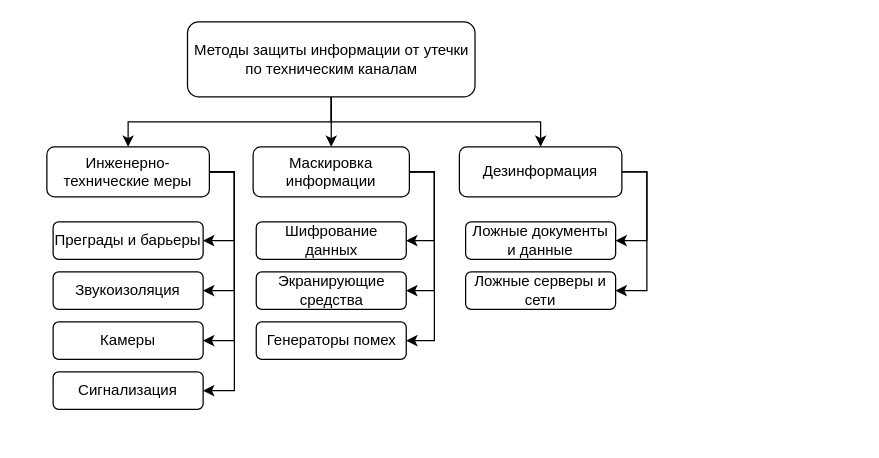
The draw.io diagram Architecture Diagram.drawio in Gycer10/Project-VPN, before the edit. Source tidied: cells renumbered, new cells numbered last; positions are measured from the earlier drawing's top-left corner, leaving out a move shared by most shapes. Both pictures are drawn from the tidied source at 125%, with x=0, y=0 at pixel (46, 21).
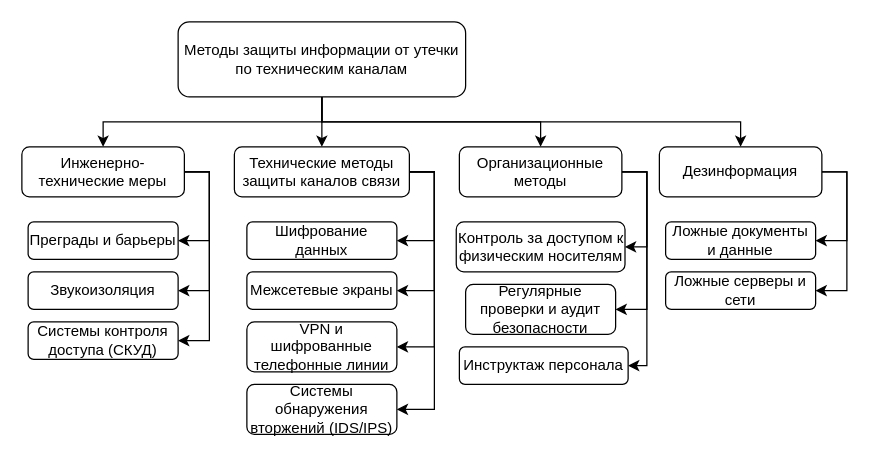
After the change.

What changed in the source:
```diff
@@
-    <mxCell id="3" style="edgeStyle=orthogonalEdgeStyle;rounded=0;jettySize=auto;html=1;entryX=0.5;entryY=0;entryDx=0;entryDy=0;" parent="1" edge="1" source="5" target="10">
+    <mxCell id="3" style="edgeStyle=orthogonalEdgeStyle;rounded=0;jettySize=auto;html=1;entryX=0.5;entryY=0;entryDx=0;entryDy=0;exitX=0.5;exitY=1;exitDx=0;exitDy=0;" parent="1" edge="1" source="5" target="10">
       <mxGeometry relative="1" as="geometry" />
     </mxCell>
-    <mxCell id="4" style="edgeStyle=orthogonalEdgeStyle;rounded=0;jettySize=auto;html=1;" parent="1" edge="1" source="5" target="17">
+    <mxCell id="4" style="edgeStyle=orthogonalEdgeStyle;rounded=0;jettySize=auto;html=1;exitX=0.5;exitY=1;exitDx=0;exitDy=0;" parent="1" edge="1" source="5" target="17">
       <mxGeometry relative="1" as="geometry" />
     </mxCell>
+    <mxCell id="27" style="edgeStyle=orthogonalEdgeStyle;rounded=0;jettySize=auto;html=1;" parent="1" edge="1" source="5" target="33">
+      <mxGeometry relative="1" as="geometry" />
+    </mxCell>
     <mxCell id="5" value="Методы защиты информации от утечки по техническим каналам" style="rounded=1;whiteSpace=wrap;html=1;" parent="1" vertex="1">
-      <mxGeometry x="112.5" width="230" height="60" as="geometry" />
+      <mxGeometry x="105" width="230" height="60" as="geometry" />
     </mxCell>
-    <mxCell id="6" style="edgeStyle=orthogonalEdgeStyle;rounded=0;jettySize=auto;html=1;entryX=1;entryY=0.5;entryDx=0;entryDy=0;exitX=1;exitY=0.5;exitDx=0;exitDy=0;" parent="1" edge="1" source="10" target="21">
-      <mxGeometry relative="1" as="geometry" />
-    </mxCell>
@@
     <mxCell id="10" value="Инженерно-технические меры" style="rounded=1;whiteSpace=wrap;html=1;" parent="1" vertex="1">
-      <mxGeometry y="100" width="130" height="40" as="geometry" />
+      <mxGeometry x="-20" y="100" width="130" height="40" as="geometry" />
     </mxCell>
@@
+    <mxCell id="28" style="edgeStyle=orthogonalEdgeStyle;rounded=0;jettySize=auto;html=1;entryX=1;entryY=0.5;entryDx=0;entryDy=0;exitX=1;exitY=0.5;exitDx=0;exitDy=0;" parent="1" edge="1" source="14" target="29">
+      <mxGeometry relative="1" as="geometry" />
+    </mxCell>
-    <mxCell id="14" value="Маскировка информации" style="rounded=1;whiteSpace=wrap;html=1;" parent="1" vertex="1">
-      <mxGeometry x="165" y="100" width="125" height="40" as="geometry" />
+    <mxCell id="14" value="Технические методы защиты каналов связи" style="rounded=1;whiteSpace=wrap;html=1;" parent="1" vertex="1">
+      <mxGeometry x="150" y="100" width="140" height="40" as="geometry" />
     </mxCell>
@@
     <mxCell id="17" value="Дезинформация" style="rounded=1;whiteSpace=wrap;html=1;" parent="1" vertex="1">
-      <mxGeometry x="330" y="100" width="130" height="40" as="geometry" />
+      <mxGeometry x="490" y="100" width="130" height="40" as="geometry" />
     </mxCell>
     <mxCell id="18" value="Преграды и барьеры" style="rounded=1;whiteSpace=wrap;html=1;" parent="1" vertex="1">
-      <mxGeometry x="5" y="160" width="120" height="30" as="geometry" />
+      <mxGeometry x="-15" y="160" width="120" height="30" as="geometry" />
     </mxCell>
     <mxCell id="19" value="Звукоизоляция" style="rounded=1;whiteSpace=wrap;html=1;" parent="1" vertex="1">
-      <mxGeometry x="5" y="200" width="120" height="30" as="geometry" />
+      <mxGeometry x="-15" y="200" width="120" height="30" as="geometry" />
     </mxCell>
-    <mxCell id="20" value="Камеры" style="rounded=1;whiteSpace=wrap;html=1;" parent="1" vertex="1">
-      <mxGeometry x="5" y="240" width="120" height="30" as="geometry" />
+    <mxCell id="20" value="Системы контроля доступа (СКУД)" style="rounded=1;whiteSpace=wrap;html=1;" parent="1" vertex="1">
+      <mxGeometry x="-15" y="240" width="120" height="30" as="geometry" />
     </mxCell>
-    <mxCell id="21" value="Сигнализация" style="rounded=1;whiteSpace=wrap;html=1;" parent="1" vertex="1">
-      <mxGeometry x="5" y="280" width="120" height="30" as="geometry" />
-    </mxCell>
     <mxCell id="22" value="Шифрование данных" style="rounded=1;whiteSpace=wrap;html=1;" parent="1" vertex="1">
-      <mxGeometry x="167.5" y="160" width="120" height="30" as="geometry" />
+      <mxGeometry x="160" y="160" width="120" height="30" as="geometry" />
     </mxCell>
-    <mxCell id="23" value="Экранирующие средства" style="rounded=1;whiteSpace=wrap;html=1;" parent="1" vertex="1">
-      <mxGeometry x="167.5" y="200" width="120" height="30" as="geometry" />
+    <mxCell id="23" value="Межсетевые экраны" style="rounded=1;whiteSpace=wrap;html=1;" parent="1" vertex="1">
+      <mxGeometry x="160" y="200" width="120" height="30" as="geometry" />
     </mxCell>
-    <mxCell id="24" value="Генераторы помех" style="rounded=1;whiteSpace=wrap;html=1;" parent="1" vertex="1">
-      <mxGeometry x="167.5" y="240" width="120" height="30" as="geometry" />
+    <mxCell id="24" value="VPN и шифрованные телефонные линии" style="rounded=1;whiteSpace=wrap;html=1;" parent="1" vertex="1">
+      <mxGeometry x="160" y="240" width="120" height="40" as="geometry" />
     </mxCell>
     <mxCell id="25" value="Ложные документы и данные" style="rounded=1;whiteSpace=wrap;html=1;" parent="1" vertex="1">
-      <mxGeometry x="335" y="160" width="120" height="30" as="geometry" />
+      <mxGeometry x="495" y="160" width="120" height="30" as="geometry" />
     </mxCell>
     <mxCell id="26" value="Ложные серверы и сети" style="rounded=1;whiteSpace=wrap;html=1;" parent="1" vertex="1">
-      <mxGeometry x="335" y="200" width="120" height="30" as="geometry" />
+      <mxGeometry x="495" y="200" width="120" height="30" as="geometry" />
     </mxCell>
+    <mxCell id="29" value="Системы обнаружения вторжений (IDS/IPS)" style="rounded=1;whiteSpace=wrap;html=1;" parent="1" vertex="1">
+      <mxGeometry x="160" y="290" width="120" height="40" as="geometry" />
+    </mxCell>
+    <mxCell id="30" style="edgeStyle=orthogonalEdgeStyle;rounded=0;jettySize=auto;html=1;entryX=1;entryY=0.5;entryDx=0;entryDy=0;exitX=1;exitY=0.5;exitDx=0;exitDy=0;" parent="1" edge="1" source="33" target="36">
+      <mxGeometry relative="1" as="geometry">
+        <Array as="points">
+          <mxPoint x="480" y="120" />
+          <mxPoint x="480" y="275" />
+        </Array>
+      </mxGeometry>
+    </mxCell>
+    <mxCell id="31" style="edgeStyle=orthogonalEdgeStyle;rounded=0;jettySize=auto;html=1;entryX=1;entryY=0.5;entryDx=0;entryDy=0;exitX=1;exitY=0.5;exitDx=0;exitDy=0;" parent="1" edge="1" source="33" target="35">
+      <mxGeometry relative="1" as="geometry">
+        <Array as="points">
+          <mxPoint x="480" y="120" />
+          <mxPoint x="480" y="230" />
+        </Array>
+      </mxGeometry>
+    </mxCell>
+    <mxCell id="32" style="edgeStyle=orthogonalEdgeStyle;rounded=0;jettySize=auto;html=1;entryX=1;entryY=0.5;entryDx=0;entryDy=0;exitX=1;exitY=0.5;exitDx=0;exitDy=0;" parent="1" edge="1" source="33" target="34">
+      <mxGeometry relative="1" as="geometry">
+        <Array as="points">
+          <mxPoint x="480" y="120" />
+          <mxPoint x="480" y="180" />
+        </Array>
+      </mxGeometry>
+    </mxCell>
+    <mxCell id="33" value="Организационные методы" style="rounded=1;whiteSpace=wrap;html=1;" parent="1" vertex="1">
+      <mxGeometry x="330" y="100" width="130" height="40" as="geometry" />
+    </mxCell>
+    <mxCell id="34" value="Контроль за доступом к физическим носителям" style="rounded=1;whiteSpace=wrap;html=1;" parent="1" vertex="1">
+      <mxGeometry x="327.5" y="160" width="135" height="40" as="geometry" />
+    </mxCell>
+    <mxCell id="35" value="Регулярные проверки и аудит безопасности" style="rounded=1;whiteSpace=wrap;html=1;" parent="1" vertex="1">
+      <mxGeometry x="335" y="210" width="120" height="40" as="geometry" />
+    </mxCell>
+    <mxCell id="36" value="Инструктаж персонала" style="rounded=1;whiteSpace=wrap;html=1;" parent="1" vertex="1">
+      <mxGeometry x="330" y="260" width="135" height="30" as="geometry" />
+    </mxCell>
```
